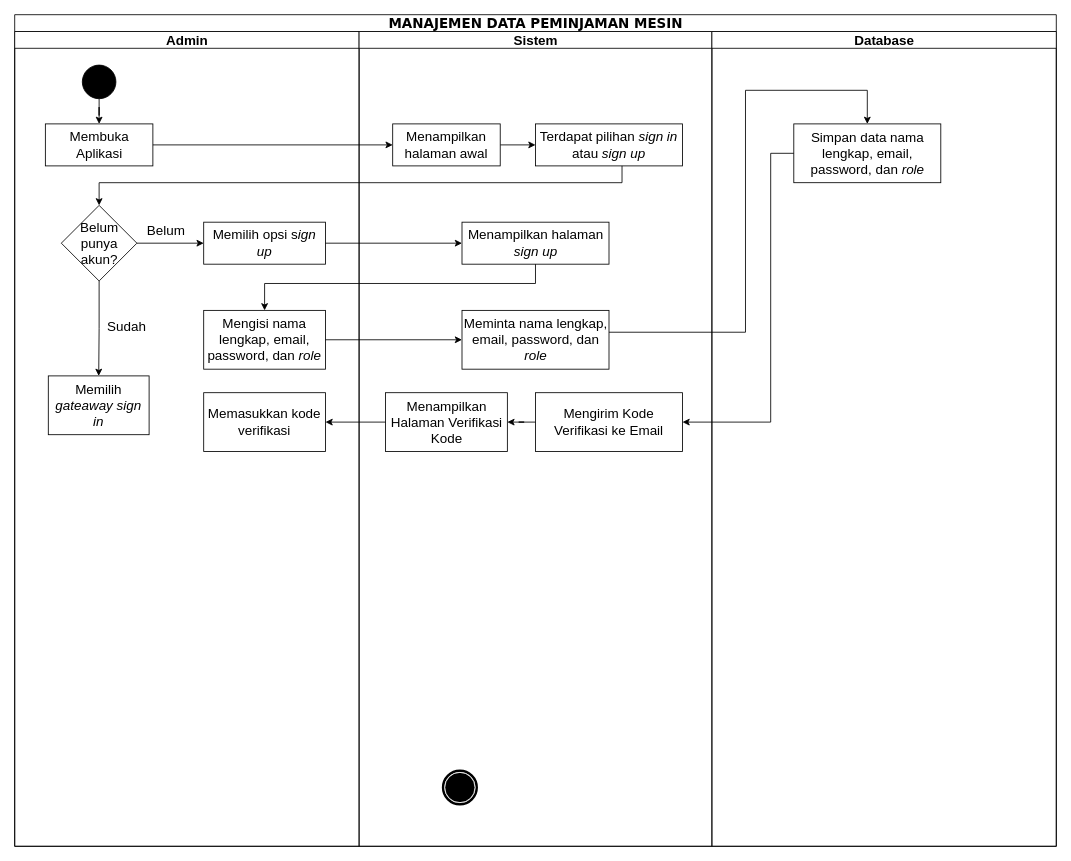
Earlier version of the draw.io diagram page "Page-1" (1 of 7) of Diagram Aktivitas Admin.drawio.xml (murtianggraeni/TugasAkhir_Flowchart). Source tidied: cells renumbered, new cells numbered last; positions are measured from the earlier drawing's top-left corner, leaving out a move shared by most shapes. Both pictures are drawn from the tidied source at 84%, with x=0, y=0 at pixel (14, 14).
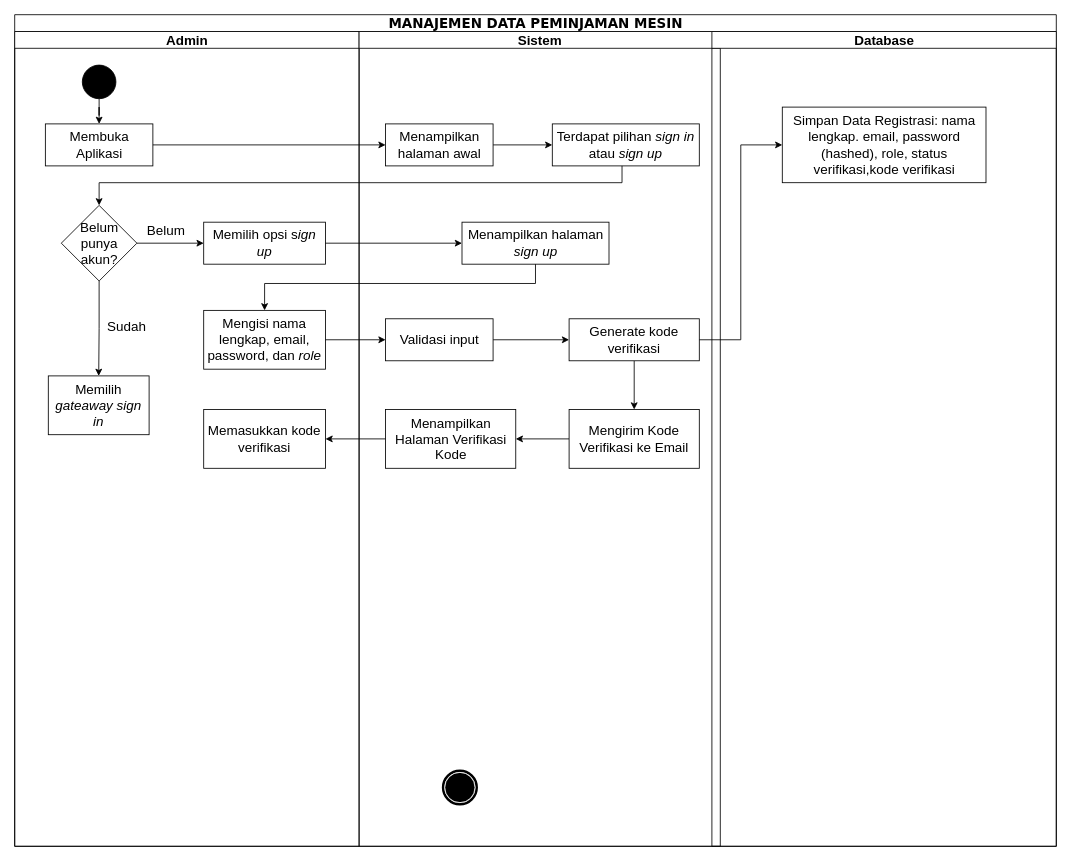
After the change.

Unchanged cells that the change refers to:
```xml
<mxCell id="2" value="&lt;font style=&quot;font-size: 16px;&quot;&gt;MANAJEMEN DATA PEMINJAMAN MESIN&lt;/font&gt;" style="swimlane;html=1;startSize=20;rounded=0;shadow=0;comic=0;labelBackgroundColor=none;strokeWidth=1;fontFamily=Verdana;fontSize=12;align=center;" parent="1" vertex="1">
  <mxGeometry width="1240" height="990" as="geometry" />
</mxCell>
<mxCell id="3" value="&lt;font style=&quot;font-size: 16px;&quot;&gt;Admin&lt;/font&gt;" style="swimlane;html=1;startSize=20;" parent="2" vertex="1">
  <mxGeometry y="20" width="410" height="970" as="geometry" />
</mxCell>
<mxCell id="14" value="&lt;span style=&quot;font-size: 16px;&quot;&gt;Mengisi nama lengkap, email, password, dan&amp;nbsp;&lt;/span&gt;&lt;i style=&quot;font-size: 16px;&quot;&gt;role&lt;/i&gt;" style="rounded=0;whiteSpace=wrap;html=1;" parent="3" vertex="1">
  <mxGeometry x="225" y="332" width="145" height="70" as="geometry" />
</mxCell>
<mxCell id="27" value="&lt;font style=&quot;font-size: 16px;&quot;&gt;Database&lt;/font&gt;" style="swimlane;html=1;startSize=20;" parent="2" vertex="1">
  <mxGeometry x="830" y="20" width="410" height="970" as="geometry" />
</mxCell>
```

Change to the diagram source:
```diff
@@
     <mxCell id="15" value="&lt;font style=&quot;font-size: 16px;&quot;&gt;Memasukkan kode verifikasi&lt;/font&gt;" style="rounded=0;whiteSpace=wrap;html=1;" parent="3" vertex="1">
-      <mxGeometry x="225" y="430" width="145" height="70" as="geometry" />
+      <mxGeometry x="225" y="450" width="145" height="70" as="geometry" />
     </mxCell>
@@
     <mxCell id="17" value="&lt;font style=&quot;font-size: 16px;&quot;&gt;Sistem&lt;/font&gt;" style="swimlane;html=1;startSize=20;" parent="2" vertex="1">
-      <mxGeometry x="410" y="20" width="420" height="970" as="geometry" />
+      <mxGeometry x="410" y="20" width="430" height="970" as="geometry" />
     </mxCell>
@@
     <mxCell id="21" value="&lt;font style=&quot;font-size: 16px;&quot;&gt;Terdapat pilihan &lt;i&gt;sign in&lt;/i&gt; atau &lt;i&gt;sign up&lt;/i&gt;&lt;/font&gt;" style="rounded=0;whiteSpace=wrap;html=1;" parent="17" vertex="1">
-      <mxGeometry x="210" y="110" width="175" height="50" as="geometry" />
+      <mxGeometry x="230" y="110" width="175" height="50" as="geometry" />
     </mxCell>
-    <mxCell id="22" value="&lt;span style=&quot;font-size: 16px;&quot;&gt;Meminta nama lengkap, email, password, dan &lt;i&gt;role&lt;/i&gt;&lt;/span&gt;" style="rounded=0;whiteSpace=wrap;html=1;" parent="17" vertex="1">
-      <mxGeometry x="122.5" y="332" width="175" height="70" as="geometry" />
-    </mxCell>
     <mxCell id="23" value="&lt;div style=&quot;&quot;&gt;&lt;span style=&quot;font-size: 16px;&quot;&gt;Menampilkan halaman awal&lt;/span&gt;&lt;/div&gt;" style="rounded=0;whiteSpace=wrap;html=1;align=center;" parent="17" vertex="1">
-      <mxGeometry x="40" y="110" width="128" height="50" as="geometry" />
+      <mxGeometry x="31.5" y="110" width="128" height="50" as="geometry" />
     </mxCell>
+    <mxCell id="26" style="edgeStyle=orthogonalEdgeStyle;rounded=0;jettySize=auto;html=1;" parent="17" edge="1" source="24" target="25">
+      <mxGeometry relative="1" as="geometry" />
+    </mxCell>
-    <mxCell id="24" value="&lt;font style=&quot;font-size: 16px;&quot;&gt;Mengirim Kode Verifikasi ke Email&lt;/font&gt;" style="rounded=0;whiteSpace=wrap;html=1;" parent="17" vertex="1">
-      <mxGeometry x="210" y="430" width="175" height="70" as="geometry" />
+    <mxCell id="24" value="&lt;span style=&quot;font-size: 16px;&quot;&gt;Mengirim Kode Verifikasi ke Email&lt;/span&gt;" style="rounded=0;whiteSpace=wrap;html=1;" parent="17" vertex="1">
+      <mxGeometry x="250" y="450" width="155" height="70" as="geometry" />
     </mxCell>
-    <mxCell id="25" value="&lt;font style=&quot;font-size: 16px;&quot;&gt;Menampilkan Halaman Verifikasi Kode&lt;/font&gt;" style="rounded=0;whiteSpace=wrap;html=1;" parent="17" vertex="1">
-      <mxGeometry x="31.5" y="430" width="145" height="70" as="geometry" />
+    <mxCell id="25" value="&lt;span style=&quot;font-size: 16px;&quot;&gt;Menampilkan Halaman Verifikasi Kode&lt;/span&gt;" style="rounded=0;whiteSpace=wrap;html=1;" parent="17" vertex="1">
+      <mxGeometry x="31.5" y="450" width="155" height="70" as="geometry" />
     </mxCell>
-    <mxCell id="26" style="edgeStyle=orthogonalEdgeStyle;rounded=0;jettySize=auto;html=1;entryX=1;entryY=0.5;entryDx=0;entryDy=0;" parent="17" edge="1" source="24" target="25">
-      <mxGeometry relative="1" as="geometry" />
-    </mxCell>
+    <mxCell id="37" style="edgeStyle=orthogonalEdgeStyle;rounded=0;jettySize=auto;html=1;" parent="17" edge="1" source="38" target="40">
+      <mxGeometry relative="1" as="geometry" />
+    </mxCell>
+    <mxCell id="38" value="&lt;div style=&quot;&quot;&gt;&lt;span style=&quot;font-size: 16px;&quot;&gt;Validasi input&lt;/span&gt;&lt;/div&gt;" style="rounded=0;whiteSpace=wrap;html=1;align=center;" parent="17" vertex="1">
+      <mxGeometry x="31.5" y="342" width="128" height="50" as="geometry" />
+    </mxCell>
+    <mxCell id="39" style="edgeStyle=orthogonalEdgeStyle;rounded=0;jettySize=auto;html=1;" parent="17" edge="1" source="40" target="24">
+      <mxGeometry relative="1" as="geometry" />
+    </mxCell>
+    <mxCell id="40" value="&lt;span style=&quot;font-size: 16px;&quot;&gt;Generate kode verifikasi&lt;/span&gt;" style="rounded=0;whiteSpace=wrap;html=1;" parent="17" vertex="1">
+      <mxGeometry x="250" y="342" width="155" height="50" as="geometry" />
+    </mxCell>
@@
-    <mxCell id="28" value="&lt;span style=&quot;font-size: 16px;&quot;&gt;Simpan data nama lengkap, email, password, dan &lt;i&gt;role&lt;/i&gt;&lt;/span&gt;" style="rounded=0;whiteSpace=wrap;html=1;" parent="27" vertex="1">
-      <mxGeometry x="97.5" y="110" width="175" height="70" as="geometry" />
+    <mxCell id="28" value="&lt;p class=&quot;MsoNormal&quot;&gt;&lt;font style=&quot;font-size: 16px;&quot;&gt;Simpan Data Registrasi:&amp;nbsp;&lt;span style=&quot;background-color: initial;&quot;&gt;nama lengkap.&amp;nbsp;&lt;/span&gt;&lt;span style=&quot;background-color: initial;&quot;&gt;email,&lt;/span&gt;&lt;span style=&quot;background-color: initial;&quot;&gt;&amp;nbsp;password (hashed),&amp;nbsp;&lt;/span&gt;&lt;span style=&quot;background-color: initial;&quot;&gt;role,&amp;nbsp;&lt;/span&gt;&lt;span style=&quot;background-color: initial;&quot;&gt;status verifikasi,&lt;/span&gt;&lt;span style=&quot;background-color: initial;&quot;&gt;kode verifikasi&lt;/span&gt;&lt;/font&gt;&lt;/p&gt;" style="rounded=0;whiteSpace=wrap;html=1;" parent="27" vertex="1">
+      <mxGeometry x="83.8" y="90" width="242.5" height="90" as="geometry" />
     </mxCell>
@@
-    <mxCell id="33" style="edgeStyle=orthogonalEdgeStyle;rounded=0;jettySize=auto;html=1;entryX=0;entryY=0.5;entryDx=0;entryDy=0;exitX=1;exitY=0.5;exitDx=0;exitDy=0;" parent="2" edge="1" source="14" target="22">
-      <mxGeometry relative="1" as="geometry" />
-    </mxCell>
-    <mxCell id="34" style="edgeStyle=orthogonalEdgeStyle;rounded=0;jettySize=auto;html=1;entryX=0.5;entryY=0;entryDx=0;entryDy=0;" parent="2" edge="1" source="22" target="28">
-      <mxGeometry relative="1" as="geometry">
-        <Array as="points">
-          <mxPoint x="870" y="378" />
-          <mxPoint x="870" y="90" />
-          <mxPoint x="1015" y="90" />
-        </Array>
-      </mxGeometry>
-    </mxCell>
-    <mxCell id="35" style="edgeStyle=orthogonalEdgeStyle;rounded=0;jettySize=auto;html=1;entryX=1;entryY=0.5;entryDx=0;entryDy=0;exitX=0;exitY=0.5;exitDx=0;exitDy=0;" parent="2" edge="1" source="28" target="24">
-      <mxGeometry relative="1" as="geometry">
-        <Array as="points">
-          <mxPoint x="900" y="165" />
-          <mxPoint x="900" y="485" />
-        </Array>
-      </mxGeometry>
-    </mxCell>
+    <mxCell id="41" style="edgeStyle=orthogonalEdgeStyle;rounded=0;jettySize=auto;html=1;" parent="2" edge="1" source="14" target="38">
+      <mxGeometry relative="1" as="geometry" />
+    </mxCell>
+    <mxCell id="42" style="edgeStyle=orthogonalEdgeStyle;rounded=0;jettySize=auto;html=1;entryX=0;entryY=0.5;entryDx=0;entryDy=0;" parent="2" edge="1" source="40" target="28">
+      <mxGeometry relative="1" as="geometry" />
+    </mxCell>
+    <mxCell id="43" style="edgeStyle=orthogonalEdgeStyle;rounded=0;jettySize=auto;html=1;" parent="2" edge="1" source="25" target="15">
+      <mxGeometry relative="1" as="geometry" />
+    </mxCell>
-    <mxCell id="36" style="edgeStyle=orthogonalEdgeStyle;rounded=0;jettySize=auto;html=1;entryX=1;entryY=0.5;entryDx=0;entryDy=0;" parent="2" edge="1" source="25" target="15">
+    <mxCell id="36" style="edgeStyle=orthogonalEdgeStyle;rounded=0;jettySize=auto;html=1;entryX=1;entryY=0.5;entryDx=0;entryDy=0;" parent="2" edge="1" target="15">
       <mxGeometry relative="1" as="geometry" />
     </mxCell>
```
